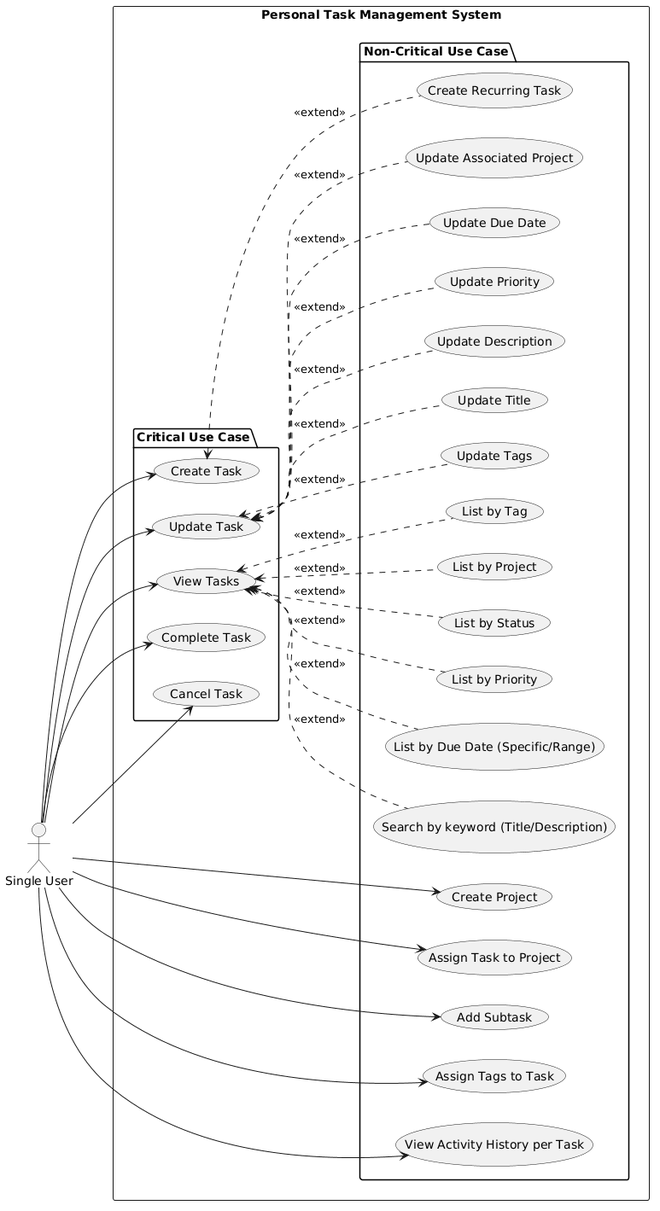
dan-gan/SOEN-342 keeps this PlantUML diagram as Iteration-2/UpdatedUseCaseDiagram/UpdatedUseCaseDiagram.png. Above is the earlier version. The source it was exported from:
```plantuml
@startuml
left to right direction
actor "Single User" as fc
rectangle "Personal Task Management System" {
  package "Critical Use Case"{

    usecase "Create Task" as UC1
    usecase "Update Task" as UCU
    usecase "View Tasks" as UCV
    usecase "Complete Task" as UC9
    usecase "Cancel Task" as UC10

  }

  package "Non-Critical Use Case"{
      usecase "Create Project" as UC8
      usecase "Assign Task to Project" as UC2
      usecase "Add Subtask" as UC3
      usecase "Assign Tags to Task" as UC4
      usecase "View Activity History per Task" as UC7
      usecase "Create Recurring Task" as UC11

        usecase "Update Title" as u1
        usecase "Update Description" as u2
        usecase "Update Priority" as u3
        usecase "Update Due Date" as u4
        usecase "Update Associated Project" as u6
        usecase "Update Tags" as u7



      usecase "List by Due Date (Specific/Range)" as v1
      usecase "List by Priority" as v2
      usecase "List by Status" as v3
      usecase "List by Project" as v4
      usecase "List by Tag" as v5

      usecase "Search by keyword (Title/Description)" as v6
  }
}

UC1 <.. UC11 : <<extend>>
fc --> UC1
fc --> UC2
fc --> UC3
fc --> UC4
fc --> UCU
fc --> UCV
fc --> UC7
fc --> UC8
fc --> UC9
fc --> UC10

UCU <.. u1 : <<extend>>
UCU <.. u2 : <<extend>>
UCU <.. u3 : <<extend>>
UCU <.. u4 : <<extend>>
UCU <.. u6 : <<extend>>
UCU <.. u7 : <<extend>>

UCV <.. v1 : <<extend>>
UCV <.. v2 : <<extend>>
UCV <.. v3 : <<extend>>
UCV <.. v4 : <<extend>>
UCV <.. v5 : <<extend>>
UCV <.. v6 : <<extend>>
@enduml
```
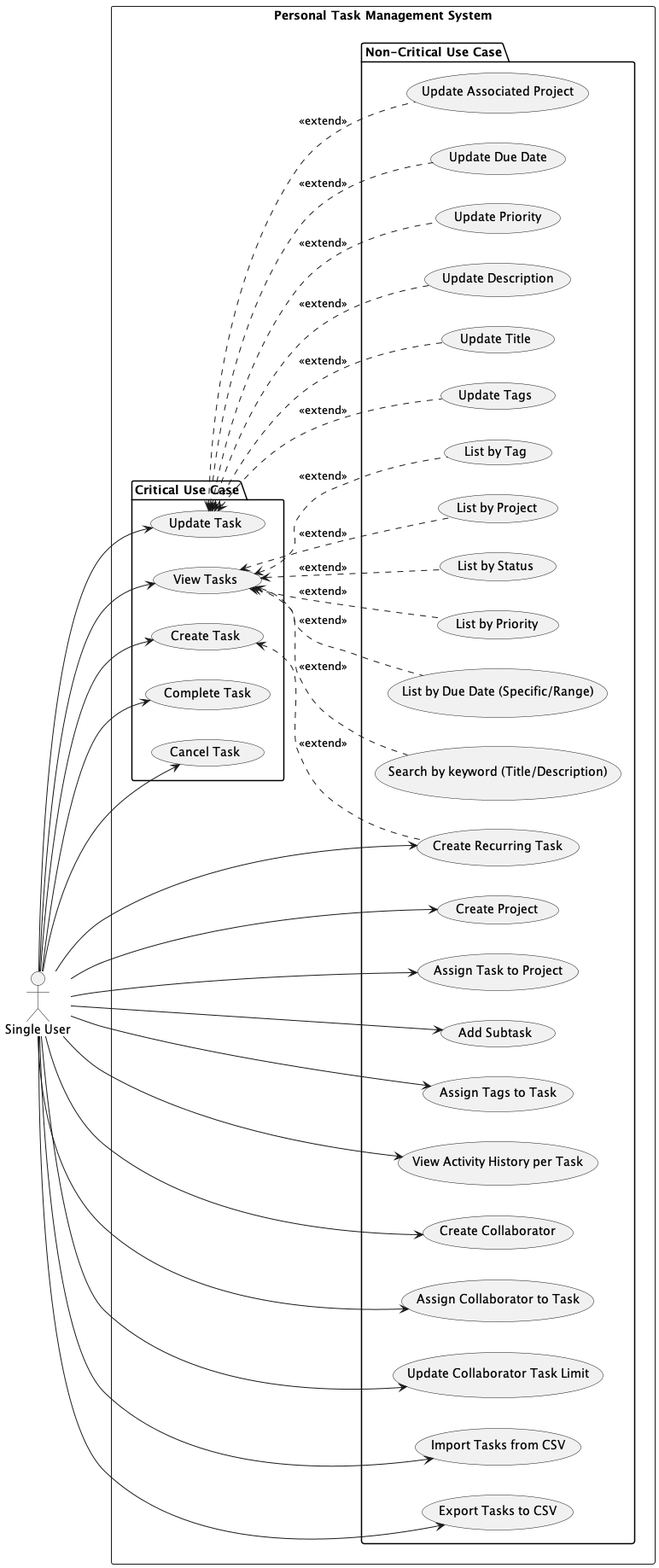
After the change.

Commit message:
Updated use case diagram: added collaborator management (create, assign, update limit), CSV import/export use cases, and direct access to recurring task creation

Diff of the diagram source:
```diff
@@ -1,45 +1,49 @@
 @startuml
 left to right direction
 actor "Single User" as fc
+
 rectangle "Personal Task Management System" {
-  package "Critical Use Case"{
-
+  package "Critical Use Case" {
     usecase "Create Task" as UC1
     usecase "Update Task" as UCU
     usecase "View Tasks" as UCV
     usecase "Complete Task" as UC9
     usecase "Cancel Task" as UC10
-
   }
 
-  package "Non-Critical Use Case"{
-      usecase "Create Project" as UC8
-      usecase "Assign Task to Project" as UC2
-      usecase "Add Subtask" as UC3
-      usecase "Assign Tags to Task" as UC4
-      usecase "View Activity History per Task" as UC7
-      usecase "Create Recurring Task" as UC11
+  package "Non-Critical Use Case" {
+    usecase "Create Project" as UC8
+    usecase "Assign Task to Project" as UC2
+    usecase "Add Subtask" as UC3
+    usecase "Assign Tags to Task" as UC4
+    usecase "View Activity History per Task" as UC7
+    usecase "Create Recurring Task" as UC11
 
-        usecase "Update Title" as u1
-        usecase "Update Description" as u2
-        usecase "Update Priority" as u3
-        usecase "Update Due Date" as u4
-        usecase "Update Associated Project" as u6
-        usecase "Update Tags" as u7
+    usecase "Create Collaborator" as UC12
+    usecase "Assign Collaborator to Task" as UC13
+    usecase "Update Collaborator Task Limit" as UC14
 
+    usecase "Import Tasks from CSV" as UC15
+    usecase "Export Tasks to CSV" as UC16
 
+    usecase "Update Title" as u1
+    usecase "Update Description" as u2
+    usecase "Update Priority" as u3
+    usecase "Update Due Date" as u4
+    usecase "Update Associated Project" as u6
+    usecase "Update Tags" as u7
 
-      usecase "List by Due Date (Specific/Range)" as v1
-      usecase "List by Priority" as v2
-      usecase "List by Status" as v3
-      usecase "List by Project" as v4
-      usecase "List by Tag" as v5
-
-      usecase "Search by keyword (Title/Description)" as v6
+    usecase "List by Due Date (Specific/Range)" as v1
+    usecase "List by Priority" as v2
+    usecase "List by Status" as v3
+    usecase "List by Project" as v4
+    usecase "List by Tag" as v5
+    usecase "Search by keyword (Title/Description)" as v6
   }
 }
 
 UC1 <.. UC11 : <<extend>>
+
 fc --> UC1
 fc --> UC2
 fc --> UC3
@@ -50,6 +54,14 @@
 fc --> UC8
 fc --> UC9
 fc --> UC10
+fc --> UC11
+
+fc --> UC12
+fc --> UC13
+fc --> UC14
+
+fc --> UC15
+fc --> UC16
 
 UCU <.. u1 : <<extend>>
 UCU <.. u2 : <<extend>>
@@ -64,4 +76,5 @@
 UCV <.. v4 : <<extend>>
 UCV <.. v5 : <<extend>>
 UCV <.. v6 : <<extend>>
+
 @enduml
```
